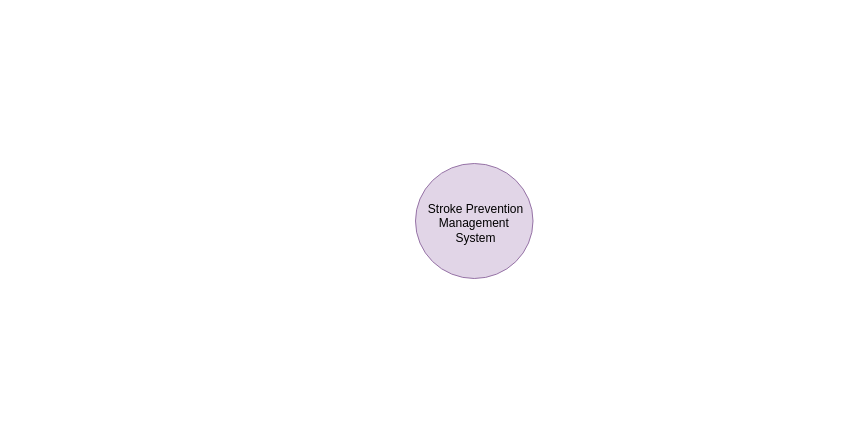
Kimngeunhye/address-book keeps this draw.io diagram as stroke.drawio. Above is the earlier version. Source tidied: cells renumbered, new cells numbered last; positions are measured from the earlier drawing's top-left corner, leaving out a move shared by most shapes. Both pictures are drawn from the tidied source at 100%, with x=0, y=0 at pixel (415, 163).
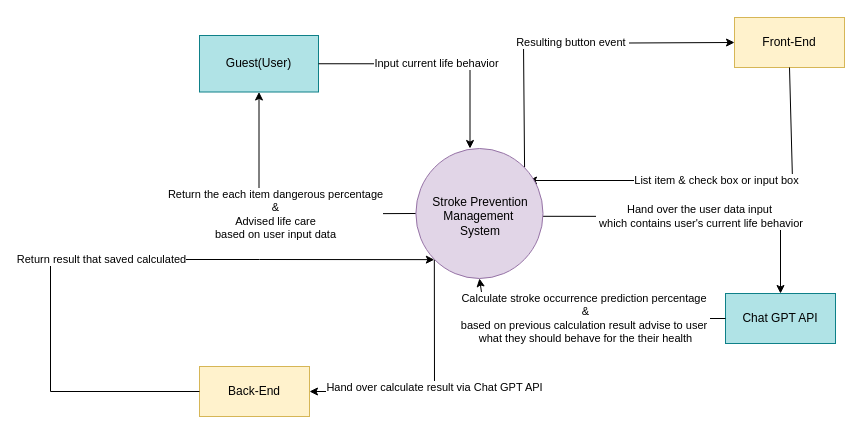
The same diagram, later.

The edit, as a diff of the source:
```diff
@@
-    <mxCell id="2" style="group;" parent="1" vertex="1">
-      <mxGeometry width="117.5" height="115" as="geometry" />
-    </mxCell>
+    <mxCell id="5" value="Chat GPT API" style="html=1;whiteSpace=wrap;fillColor=#b0e3e6;strokeColor=#0e8088;" parent="1" vertex="1">
+      <mxGeometry x="310" y="130" width="110" height="50" as="geometry" />
+    </mxCell>
+    <mxCell id="6" value="Hand over the user data input&lt;div&gt;&amp;nbsp;which contains user's current life behavior&lt;/div&gt;" style="endArrow=classic;html=1;rounded=0;entryX=0.5;entryY=0;entryDx=0;entryDy=0;exitX=1;exitY=0.5;exitDx=0;exitDy=0;" parent="1" edge="1" source="4" target="5">
+      <mxGeometry relative="1" as="geometry">
+        <Array as="points">
+          <mxPoint x="365" y="53" />
+        </Array>
+      </mxGeometry>
+    </mxCell>
+    <mxCell id="7" value="Calculate stroke occurrence prediction percentage&amp;nbsp;&lt;div&gt;&amp;amp;&lt;/div&gt;&lt;div&gt;based on previous calculation result advise to user&amp;nbsp;&lt;/div&gt;&lt;div&gt;what they should behave for the their health&lt;/div&gt;" style="endArrow=classic;html=1;rounded=0;entryX=0.5;entryY=1;entryDx=0;entryDy=0;entryPerimeter=0;exitX=0;exitY=0.5;exitDx=0;exitDy=0;" parent="1" edge="1" source="5" target="3">
+      <mxGeometry relative="1" as="geometry">
+        <Array as="points">
+          <mxPoint x="70" y="155" />
+        </Array>
+      </mxGeometry>
+    </mxCell>
+    <mxCell id="8" value="Front-End" style="html=1;whiteSpace=wrap;fillColor=#fff2cc;strokeColor=#d6b656;" parent="1" vertex="1">
+      <mxGeometry x="319" y="-146" width="110" height="50" as="geometry" />
+    </mxCell>
+    <mxCell id="9" value="Back-End" style="html=1;whiteSpace=wrap;fillColor=#fff2cc;strokeColor=#d6b656;" parent="1" vertex="1">
+      <mxGeometry x="-216" y="203" width="110" height="50" as="geometry" />
+    </mxCell>
+    <mxCell id="10" value="&lt;span style=&quot;white-space: pre;&quot;&gt;&#9;&lt;/span&gt;&lt;span style=&quot;white-space: pre;&quot;&gt;&#9;&lt;/span&gt;&lt;span style=&quot;white-space: pre;&quot;&gt;&#9;&lt;/span&gt;&lt;span style=&quot;white-space: pre;&quot;&gt;&#9;&lt;/span&gt;Resulting button event&amp;nbsp;" style="endArrow=classic;html=1;rounded=0;entryX=0;entryY=0.5;entryDx=0;entryDy=0;exitX=0.855;exitY=0.145;exitDx=0;exitDy=0;exitPerimeter=0;" parent="1" edge="1" source="3" target="8">
+      <mxGeometry x="-0.26" y="1" relative="1" as="geometry">
+        <Array as="points">
+          <mxPoint x="108" y="-120" />
+        </Array>
+      </mxGeometry>
+    </mxCell>
+    <mxCell id="11" value="List item &amp;amp; check box or input box" style="endArrow=classic;html=1;rounded=0;exitX=0.5;exitY=1;exitDx=0;exitDy=0;" parent="1" edge="1" source="8">
+      <mxGeometry relative="1" as="geometry">
+        <mxPoint x="113" y="17" as="targetPoint" />
+        <Array as="points">
+          <mxPoint x="377" y="17" />
+        </Array>
+      </mxGeometry>
+    </mxCell>
+    <mxCell id="12" value="Return result that saved calculated" style="endArrow=classic;html=1;rounded=0;exitX=0;exitY=0.5;exitDx=0;exitDy=0;entryX=0.145;entryY=0.855;entryDx=0;entryDy=0;entryPerimeter=0;" parent="1" edge="1" source="9" target="3">
+      <mxGeometry relative="1" as="geometry">
+        <Array as="points">
+          <mxPoint x="-365" y="228" />
+          <mxPoint x="-365" y="96" />
+          <mxPoint x="-156" y="96" />
+        </Array>
+      </mxGeometry>
+    </mxCell>
+    <mxCell id="13" value="Hand over calculate result via Chat GPT API" style="endArrow=classic;html=1;rounded=0;entryX=1;entryY=0.5;entryDx=0;entryDy=0;exitX=0.145;exitY=0.855;exitDx=0;exitDy=0;exitPerimeter=0;" parent="1" edge="1" source="3" target="9">
+      <mxGeometry relative="1" as="geometry">
+        <Array as="points">
+          <mxPoint x="19" y="228" />
+        </Array>
+      </mxGeometry>
+    </mxCell>
+    <mxCell id="14" value="Guest(User)" style="html=1;whiteSpace=wrap;fillColor=#b0e3e6;strokeColor=#0e8088;" parent="1" vertex="1">
+      <mxGeometry x="-216" y="-128" width="119" height="56.5" as="geometry" />
+    </mxCell>
+    <mxCell id="15" value="Input current life behavior" style="endArrow=classic;html=1;rounded=0;exitX=1;exitY=0.5;exitDx=0;exitDy=0;" parent="1" edge="1" source="14">
+      <mxGeometry relative="1" as="geometry">
+        <mxPoint x="54.5" y="-15" as="targetPoint" />
+        <Array as="points">
+          <mxPoint x="54.5" y="-99.7" />
+        </Array>
+      </mxGeometry>
+    </mxCell>
+    <mxCell id="16" value="Return the each item dangerous percentage&lt;div&gt;&amp;amp;&lt;/div&gt;&lt;div&gt;Advised life care&lt;/div&gt;&lt;div&gt;based on user input data&lt;/div&gt;" style="endArrow=classic;html=1;rounded=0;entryX=0.5;entryY=1;entryDx=0;entryDy=0;exitX=0;exitY=0.5;exitDx=0;exitDy=0;exitPerimeter=0;" parent="1" edge="1" source="3" target="14">
+      <mxGeometry relative="1" as="geometry">
+        <Array as="points">
+          <mxPoint x="-156.5" y="50.6" />
+        </Array>
+      </mxGeometry>
+    </mxCell>
-    <mxCell id="3" style="verticalLabelPosition=bottom;verticalAlign=top;html=1;shape=mxgraph.flowchart.on-page_reference;fillColor=#e1d5e7;strokeColor=#9673a6;" parent="2" vertex="1">
-      <mxGeometry width="117.5" height="115" as="geometry" />
+    <mxCell id="3" style="verticalLabelPosition=bottom;verticalAlign=top;html=1;shape=mxgraph.flowchart.on-page_reference;fillColor=#e1d5e7;strokeColor=#9673a6;" parent="1" vertex="1">
+      <mxGeometry x="0.4" y="-15" width="127.1" height="130" as="geometry" />
     </mxCell>
-    <mxCell id="4" value="Stroke Prevention Management&amp;nbsp;&lt;div&gt;System&lt;/div&gt;" style="whiteSpace=wrap;html=1;fillColor=none;strokeColor=none;" parent="2" vertex="1">
-      <mxGeometry x="2.5" y="30" width="115" height="60" as="geometry" />
+    <mxCell id="4" value="Stroke Prevention Management&amp;nbsp;&lt;div&gt;System&lt;/div&gt;" style="whiteSpace=wrap;html=1;fillColor=none;strokeColor=none;" parent="1" vertex="1">
+      <mxGeometry x="3.1" y="18.9" width="124.4" height="67.8" as="geometry" />
     </mxCell>
```
